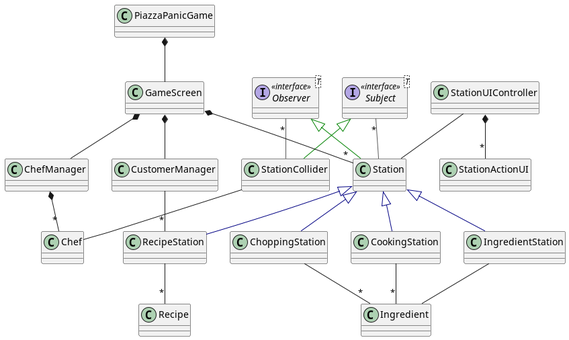
This is screenshots/overall_uml.png from RGraham006/ENG1Assessment2, a PlantUML export, as it was before one commit.
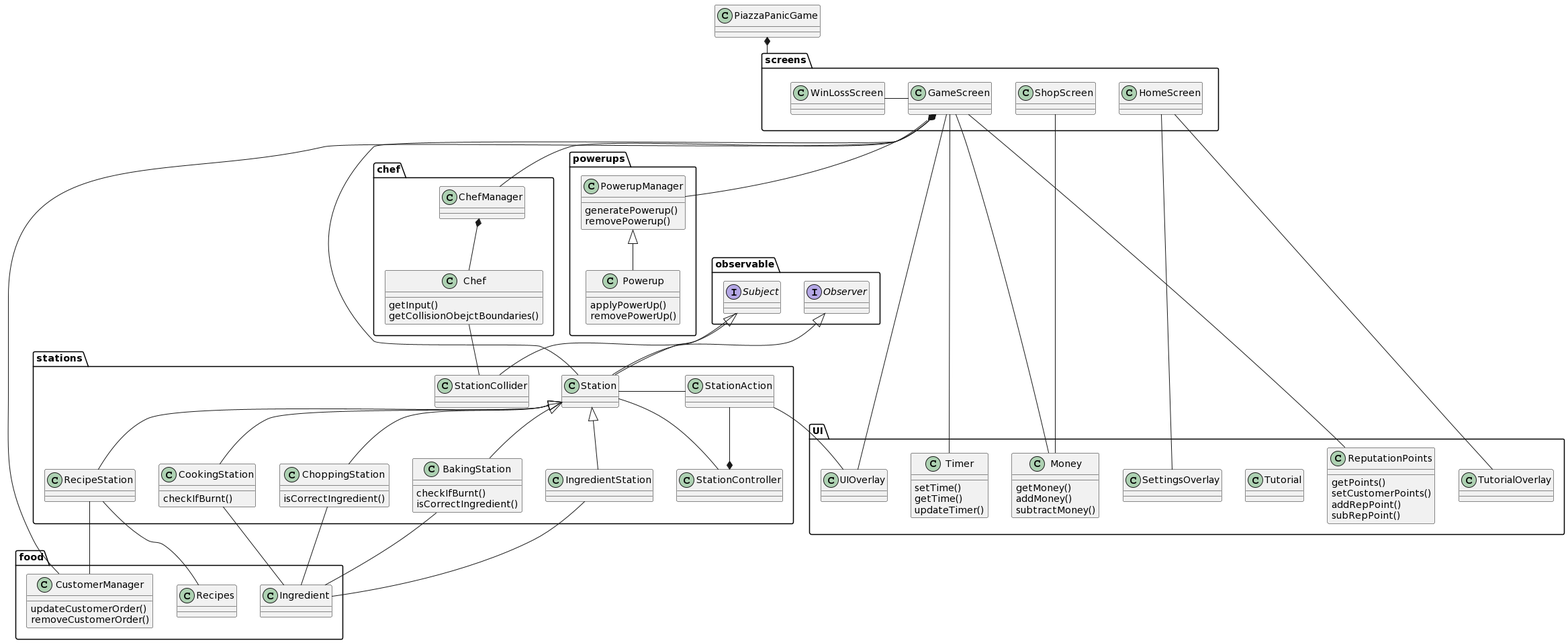
Later version of the same file.

The edit, as a diff of the source:
```diff
@@ -1,42 +1,133 @@
 @startuml
+package chef {
+  class Chef{
+  getInput()
+getCollisionObejctBoundaries()
+}
+  class ChefManager
+}
 
-class Chef
-class ChefManager
-class ChoppingStation
-class CookingStation
-class CustomerManager
-class GameScreen
-class Ingredient
-class IngredientStation
-interface Observer<T> << interface >>
+package food {
+  class Ingredient
+  class Recipes
+  class CustomerManager{
+  updateCustomerOrder()
+  removeCustomerOrder()
+}
+
+}
+
+package observable {
+  interface Observer
+  interface Subject
+}
+
+package powerups {
+  class PowerupManager{
+  generatePowerup()
+  removePowerup()
+}
+  class Powerup{
+  applyPowerUp()
+  removePowerUp()
+}
+}
+
+package screens {
+  class GameScreen
+  class ShopScreen
+  class HomeScreen
+  class WinLossScreen
+}
+
+package stations {
+  class BakingStation{
+  checkIfBurnt()
+  isCorrectIngredient()
+
+}
+  class ChoppingStation{
+  isCorrectIngredient()
+}
+  class CookingStation{
+  checkIfBurnt()
+}
+  class IngredientStation{
+
+}
+  class RecipeStation
+  class Station
+  class StationAction
+  class StationCollider
+  class StationController
+}
+
+package UI {
+  class Money{
+  getMoney()
+  addMoney()
+  subtractMoney()
+}
+  class ReputationPoints{
+  getPoints()
+  setCustomerPoints()
+  addRepPoint()
+  subRepPoint()
+}
+  class Tutorial
+  class Timer{
+  setTime()
+  getTime()
+  updateTimer()
+}
+  class SettingsOverlay
+  class TutorialOverlay
+  class UIOverlay
+}
+
 class PiazzaPanicGame
-class Recipe
-class RecipeStation
-class Station
-class StationActionUI
-class StationCollider
-class StationUIController
-interface Subject<T> << interface >>
 
-ChefManager         *-- "*" Chef
-Observer              <|-[#008200]-  Station
-Observer     "*" -[#595959,plain]- StationCollider
-Subject      <|-[#008200]-  StationCollider
-Subject "*" -[#595959,plain]- Station
-Station      <|-[#000082]-  ChoppingStation
-Station       <|-[#000082]-  CookingStation
-Station    <|-[#000082]-  IngredientStation
-Station        <|-[#000082]-  RecipeStation
-ChoppingStation     -- "*" Ingredient
-CookingStation      -- "*" Ingredient
-IngredientStation   -- Ingredient
-RecipeStation       -- "*" Recipe
-CustomerManager     -- "*" RecipeStation
-GameScreen          *-- ChefManager
-GameScreen          *-- CustomerManager
-GameScreen *-- "*" Station
-PiazzaPanicGame     *-- GameScreen
-StationCollider     -- Chef
-StationUIController *-- "*" StationActionUI
-StationUIController -- Station
+PiazzaPanicGame *-- screens
+
+GameScreen *--- CustomerManager
+GameScreen *-- Station
+GameScreen *-- ChefManager
+GameScreen *-- PowerupManager
+GameScreen -- UIOverlay
+GameScreen -- Money
+GameScreen -- ReputationPoints
+GameScreen -- Timer
+WinLossScreen -r- GameScreen
+
+HomeScreen -- TutorialOverlay
+HomeScreen -- SettingsOverlay
+
+ShopScreen -- Money
+
+Station <|-- RecipeStation
+Station <|-- ChoppingStation
+Station <|-- CookingStation
+Station <|-- BakingStation
+Station <|-- IngredientStation
+Station -- StationController
+Station -l- StationAction
+Station -- Subject
+Observer <|-- Station
+Subject <|-- StationCollider
+StationAction -- UIOverlay
+
+ChefManager *-- Chef
+Chef -- StationCollider
+
+RecipeStation -- Recipes
+RecipeStation -- CustomerManager
+
+Ingredient -u- ChoppingStation
+Ingredient -u- CookingStation
+Ingredient -u- IngredientStation
+Ingredient -u- BakingStation
+
+StationController *-- StationAction
+
+PowerupManager <|-d- Powerup
 @enduml
```
